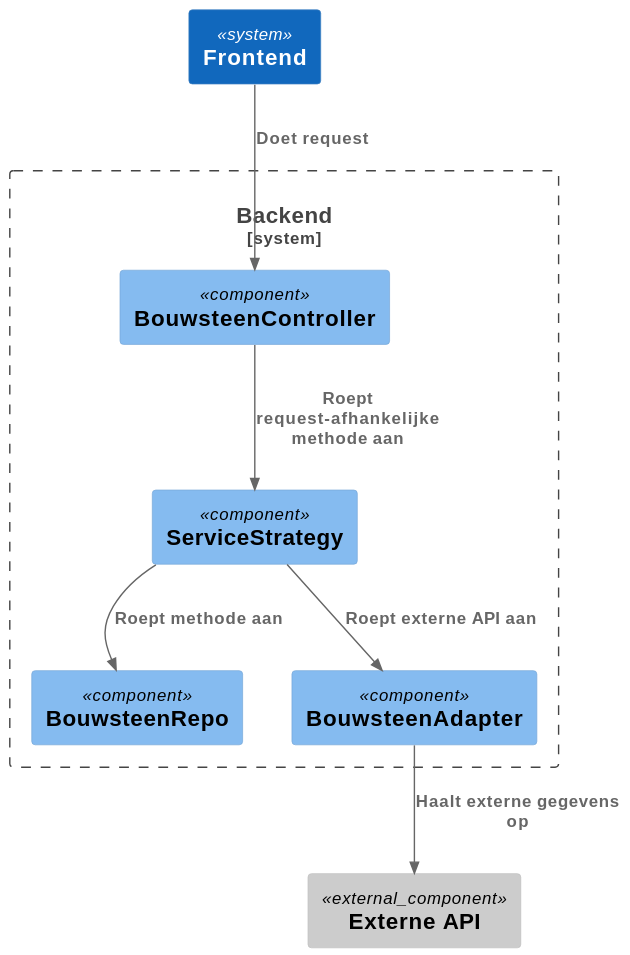
AIM-ENE-feb25/triptop-dravende-dikdiks keeps this PlantUML diagram as software-guidebook/Bijlagen/Componentdiagrammen/svg/Mike - Componentdiagram-0.svg. Above is the earlier version.
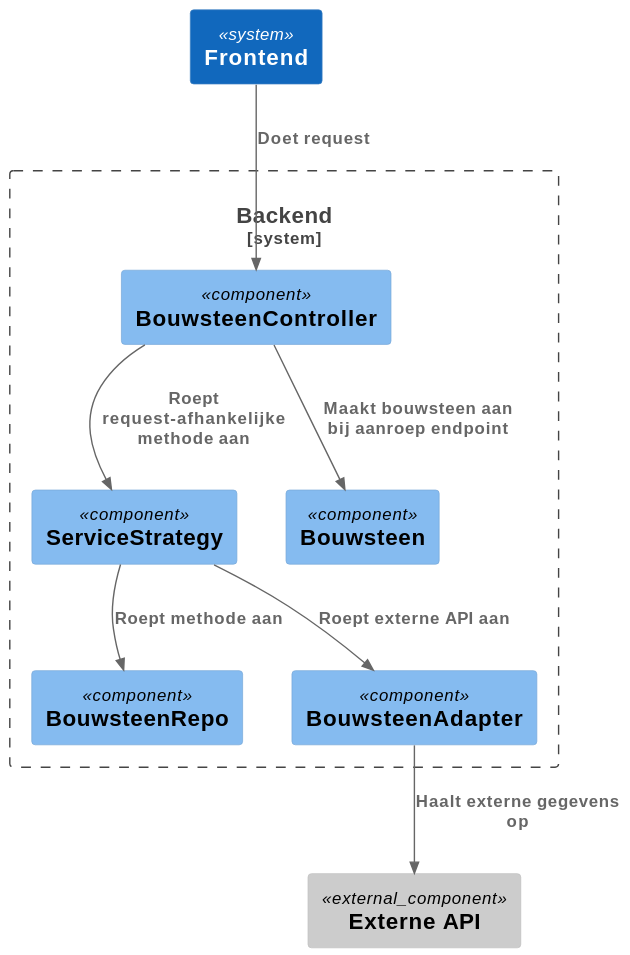
After the commit.

Change to the diagram source:
```diff
@@ -6,6 +6,7 @@
 System_Boundary(be, Backend){
     Component(bc, BouwsteenController)
     Component(s, ServiceStrategy)
+    Component(bs, Bouwsteen)
     Component(bsr, BouwsteenRepo)
     Component(bsa, BouwsteenAdapter)
 }
@@ -14,6 +15,7 @@
 
 Rel(fe, bc, Doet request)
 Rel(bc, s, Roept request-afhankelijke methode aan)
+Rel(bc, bs, Maakt bouwsteen aan bij aanroep endpoint)
 Rel(s, bsr, Roept methode aan)
 Rel(s, bsa, Roept externe API aan)
 Rel(bsa, eapi, Haalt externe gegevens op)
```
